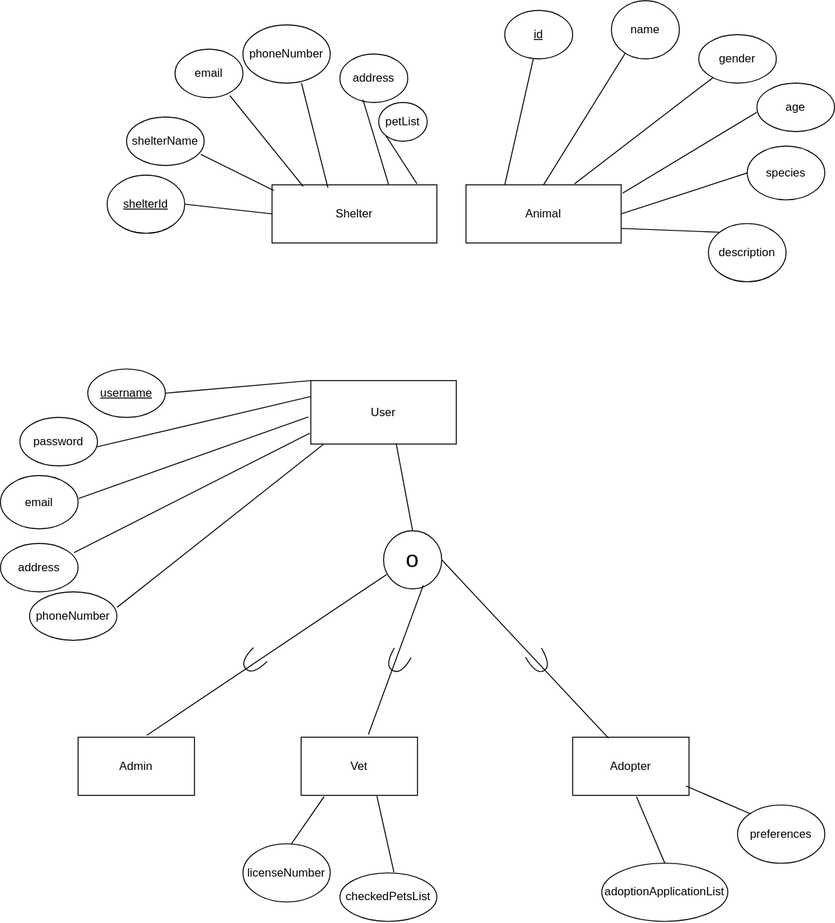
Before: ERdiagram.drawio.svg, a diagram exported from draw.io (Thomaskald/DistributedSystems). Source tidied: cells renumbered, new cells last; positions are measured from the earlier drawing's top-left corner, leaving out a move shared by most shapes.
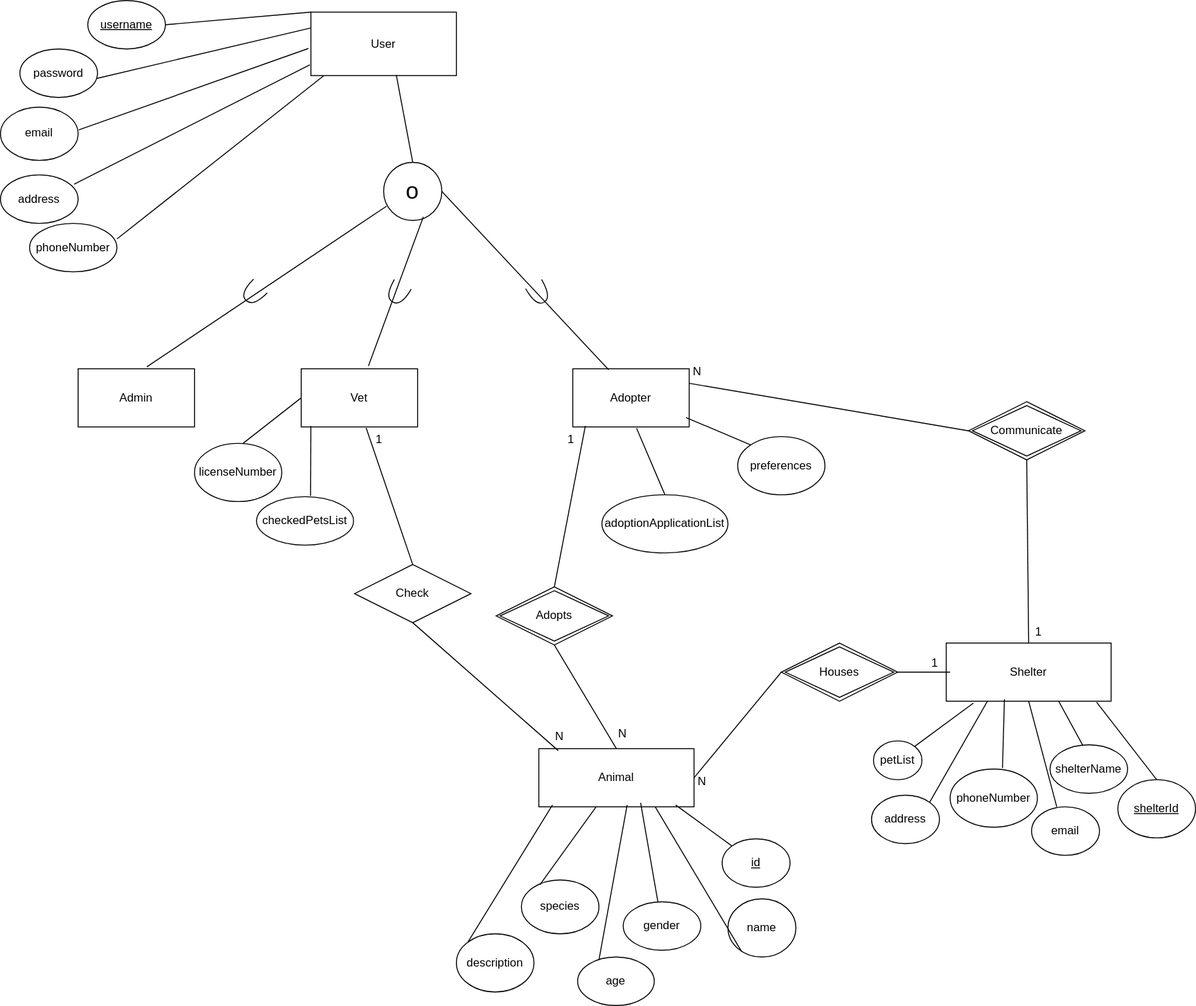
After the change.

Change to the diagram source:
```diff
@@ -3,52 +3,52 @@
     <mxCell id="0" />
     <mxCell id="1" parent="0" />
     <mxCell id="2" value="Shelter" style="rounded=0;whiteSpace=wrap;html=1;" parent="1" vertex="1">
-      <mxGeometry x="280" y="190" width="170" height="60" as="geometry" />
+      <mxGeometry x="975" y="1043" width="170" height="60" as="geometry" />
     </mxCell>
     <mxCell id="3" value="Animal" style="rounded=0;whiteSpace=wrap;html=1;" parent="1" vertex="1">
-      <mxGeometry x="480" y="190" width="160" height="60" as="geometry" />
+      <mxGeometry x="555" y="1152" width="160" height="60" as="geometry" />
     </mxCell>
     <mxCell id="4" value="&lt;u&gt;id&lt;/u&gt;" style="ellipse;whiteSpace=wrap;html=1;" parent="1" vertex="1">
-      <mxGeometry x="520" y="10" width="70" height="50" as="geometry" />
+      <mxGeometry x="744" y="1245" width="70" height="50" as="geometry" />
     </mxCell>
     <mxCell id="5" value="name" style="ellipse;whiteSpace=wrap;html=1;" parent="1" vertex="1">
-      <mxGeometry x="630" width="70" height="60" as="geometry" />
+      <mxGeometry x="750" y="1307" width="70" height="60" as="geometry" />
     </mxCell>
     <mxCell id="6" value="gender" style="ellipse;whiteSpace=wrap;html=1;" parent="1" vertex="1">
-      <mxGeometry x="720" y="35" width="80" height="50" as="geometry" />
+      <mxGeometry x="642" y="1310" width="80" height="50" as="geometry" />
     </mxCell>
     <mxCell id="7" value="age" style="ellipse;whiteSpace=wrap;html=1;" parent="1" vertex="1">
-      <mxGeometry x="780" y="85" width="80" height="50" as="geometry" />
+      <mxGeometry x="595" y="1367" width="79" height="50" as="geometry" />
     </mxCell>
     <mxCell id="8" value="species" style="ellipse;whiteSpace=wrap;html=1;" parent="1" vertex="1">
-      <mxGeometry x="770" y="150" width="80" height="55.5" as="geometry" />
+      <mxGeometry x="537" y="1287.5" width="80" height="55.5" as="geometry" />
     </mxCell>
     <mxCell id="9" value="description" style="ellipse;whiteSpace=wrap;html=1;" parent="1" vertex="1">
-      <mxGeometry x="730" y="230" width="80" height="60" as="geometry" />
+      <mxGeometry x="470" y="1343" width="80" height="60" as="geometry" />
     </mxCell>
-    <mxCell id="10" style="endArrow=none;html=1;rounded=0;exitX=0.25;exitY=0;exitDx=0;exitDy=0;" parent="1" edge="1" source="3" target="4">
+    <mxCell id="10" style="endArrow=none;html=1;rounded=0;exitX=0.881;exitY=0.967;exitDx=0;exitDy=0;exitPerimeter=0;" parent="1" edge="1" source="3" target="4">
       <mxGeometry relative="1" as="geometry" />
     </mxCell>
-    <mxCell id="11" style="endArrow=none;html=1;rounded=0;entryX=0.201;entryY=0.905;entryDx=0;entryDy=0;exitX=0.5;exitY=0;exitDx=0;exitDy=0;entryPerimeter=0;" parent="1" edge="1" source="3" target="5">
+    <mxCell id="11" style="endArrow=none;html=1;rounded=0;entryX=0.201;entryY=0.905;entryDx=0;entryDy=0;exitX=0.75;exitY=1;exitDx=0;exitDy=0;entryPerimeter=0;" parent="1" edge="1" source="3" target="5">
       <mxGeometry relative="1" as="geometry" />
     </mxCell>
     <mxCell id="12" value="shelterName" style="ellipse;whiteSpace=wrap;html=1;" parent="1" vertex="1">
-      <mxGeometry x="130" y="120" width="80" height="50" as="geometry" />
+      <mxGeometry x="1082" y="1148" width="80" height="50" as="geometry" />
     </mxCell>
     <mxCell id="13" value="&lt;u&gt;shelterId&lt;/u&gt;" style="ellipse;whiteSpace=wrap;html=1;" parent="1" vertex="1">
-      <mxGeometry x="110" y="180" width="80" height="60" as="geometry" />
+      <mxGeometry x="1152" y="1184" width="80" height="60" as="geometry" />
     </mxCell>
     <mxCell id="14" value="address" style="ellipse;whiteSpace=wrap;html=1;" parent="1" vertex="1">
-      <mxGeometry x="350" y="55" width="70" height="50" as="geometry" />
+      <mxGeometry x="898" y="1200" width="70" height="50" as="geometry" />
     </mxCell>
     <mxCell id="15" value="phoneNumber" style="ellipse;whiteSpace=wrap;html=1;" parent="1" vertex="1">
-      <mxGeometry x="250" y="25" width="90" height="60" as="geometry" />
+      <mxGeometry x="979" y="1173" width="90" height="60" as="geometry" />
     </mxCell>
     <mxCell id="16" value="email" style="ellipse;whiteSpace=wrap;html=1;" parent="1" vertex="1">
-      <mxGeometry x="180" y="50" width="70" height="50" as="geometry" />
+      <mxGeometry x="1063" y="1212" width="70" height="50" as="geometry" />
     </mxCell>
     <mxCell id="17" value="petList" style="ellipse;whiteSpace=wrap;html=1;" parent="1" vertex="1">
-      <mxGeometry x="390" y="105" width="50" height="40" as="geometry" />
+      <mxGeometry x="900" y="1144" width="50" height="40" as="geometry" />
     </mxCell>
     <mxCell id="18" value="User" style="rounded=0;whiteSpace=wrap;html=1;" parent="1" vertex="1">
       <mxGeometry x="320" y="392" width="150" height="65.5" as="geometry" />
@@ -75,10 +75,10 @@
       <mxGeometry x="310" y="760" width="120" height="60" as="geometry" />
     </mxCell>
     <mxCell id="26" value="licenseNumber" style="ellipse;whiteSpace=wrap;html=1;" parent="1" vertex="1">
-      <mxGeometry x="250" y="870" width="90" height="60" as="geometry" />
+      <mxGeometry x="200" y="837" width="90" height="60" as="geometry" />
     </mxCell>
     <mxCell id="27" value="checkedPetsList" style="ellipse;whiteSpace=wrap;html=1;" parent="1" vertex="1">
-      <mxGeometry x="350" y="900" width="100" height="50" as="geometry" />
+      <mxGeometry x="264" y="892" width="100" height="50" as="geometry" />
     </mxCell>
     <mxCell id="28" value="Adopter" style="rounded=0;whiteSpace=wrap;html=1;" parent="1" vertex="1">
       <mxGeometry x="590" y="760" width="120" height="60" as="geometry" />
@@ -89,34 +89,34 @@
     <mxCell id="30" value="adoptionApplicationList" style="ellipse;whiteSpace=wrap;html=1;" parent="1" vertex="1">
       <mxGeometry x="620" y="890" width="130" height="60" as="geometry" />
     </mxCell>
-    <mxCell id="31" style="endArrow=none;html=1;rounded=0;exitX=0.7;exitY=-0.018;exitDx=0;exitDy=0;exitPerimeter=0;" parent="1" edge="1" source="3" target="6">
+    <mxCell id="31" style="endArrow=none;html=1;rounded=0;exitX=0.656;exitY=0.933;exitDx=0;exitDy=0;exitPerimeter=0;" parent="1" edge="1" source="3" target="6">
       <mxGeometry relative="1" as="geometry" />
     </mxCell>
-    <mxCell id="32" style="endArrow=none;html=1;rounded=0;entryX=-0.002;entryY=0.603;entryDx=0;entryDy=0;exitX=1.01;exitY=0.143;exitDx=0;exitDy=0;entryPerimeter=0;exitPerimeter=0;" parent="1" edge="1" source="3" target="7">
+    <mxCell id="32" style="endArrow=none;html=1;rounded=0;entryX=0.278;entryY=0.06;entryDx=0;entryDy=0;exitX=0.569;exitY=0.967;exitDx=0;exitDy=0;entryPerimeter=0;exitPerimeter=0;" parent="1" edge="1" source="3" target="7">
       <mxGeometry relative="1" as="geometry" />
     </mxCell>
-    <mxCell id="33" style="endArrow=none;html=1;rounded=0;entryX=0;entryY=0.5;entryDx=0;entryDy=0;exitX=1;exitY=0.5;exitDx=0;exitDy=0;" parent="1" edge="1" source="3" target="8">
+    <mxCell id="33" style="endArrow=none;html=1;rounded=0;entryX=0.238;entryY=0.09;entryDx=0;entryDy=0;exitX=0.369;exitY=1;exitDx=0;exitDy=0;exitPerimeter=0;entryPerimeter=0;" parent="1" edge="1" source="3" target="8">
       <mxGeometry relative="1" as="geometry" />
     </mxCell>
-    <mxCell id="34" style="endArrow=none;html=1;rounded=0;entryX=0;entryY=0;entryDx=0;entryDy=0;exitX=1;exitY=0.75;exitDx=0;exitDy=0;" parent="1" edge="1" source="3" target="9">
+    <mxCell id="34" style="endArrow=none;html=1;rounded=0;entryX=0;entryY=0;entryDx=0;entryDy=0;exitX=0.088;exitY=0.967;exitDx=0;exitDy=0;exitPerimeter=0;" parent="1" edge="1" source="3" target="9">
       <mxGeometry relative="1" as="geometry" />
     </mxCell>
-    <mxCell id="35" style="endArrow=none;html=1;rounded=0;exitX=0;exitY=0.5;exitDx=0;exitDy=0;entryX=1;entryY=0.5;entryDx=0;entryDy=0;" parent="1" edge="1" source="2" target="13">
+    <mxCell id="35" style="endArrow=none;html=1;rounded=0;exitX=0.912;exitY=1.017;exitDx=0;exitDy=0;entryX=0.5;entryY=0;entryDx=0;entryDy=0;exitPerimeter=0;" parent="1" edge="1" source="2" target="13">
       <mxGeometry relative="1" as="geometry" />
     </mxCell>
-    <mxCell id="36" style="endArrow=none;html=1;rounded=0;exitX=0.011;exitY=0.097;exitDx=0;exitDy=0;entryX=0.956;entryY=0.772;entryDx=0;entryDy=0;exitPerimeter=0;entryPerimeter=0;" parent="1" edge="1" source="2" target="12">
+    <mxCell id="36" style="endArrow=none;html=1;rounded=0;exitX=0.682;exitY=1;exitDx=0;exitDy=0;entryX=0.425;entryY=0.02;entryDx=0;entryDy=0;exitPerimeter=0;entryPerimeter=0;" parent="1" edge="1" source="2" target="12">
       <mxGeometry relative="1" as="geometry" />
     </mxCell>
-    <mxCell id="37" style="endArrow=none;html=1;rounded=0;exitX=0.189;exitY=0.028;exitDx=0;exitDy=0;entryX=0.807;entryY=0.958;entryDx=0;entryDy=0;exitPerimeter=0;entryPerimeter=0;" parent="1" edge="1" source="2" target="16">
+    <mxCell id="37" style="endArrow=none;html=1;rounded=0;exitX=0.5;exitY=1;exitDx=0;exitDy=0;entryX=0.371;entryY=0;entryDx=0;entryDy=0;entryPerimeter=0;" parent="1" edge="1" source="2" target="16">
       <mxGeometry relative="1" as="geometry" />
     </mxCell>
-    <mxCell id="38" style="endArrow=none;html=1;rounded=0;exitX=0.67;exitY=0.997;exitDx=0;exitDy=0;entryX=0.339;entryY=0.051;entryDx=0;entryDy=0;exitPerimeter=0;entryPerimeter=0;" parent="1" edge="1" source="15" target="2">
+    <mxCell id="38" style="endArrow=none;html=1;rounded=0;exitX=0.6;exitY=-0.017;exitDx=0;exitDy=0;exitPerimeter=0;entryX=0.353;entryY=0.967;entryDx=0;entryDy=0;entryPerimeter=0;" parent="1" edge="1" source="15" target="2">
       <mxGeometry relative="1" as="geometry" />
     </mxCell>
-    <mxCell id="39" style="endArrow=none;html=1;rounded=0;exitX=0.339;exitY=0.941;exitDx=0;exitDy=0;entryX=0.707;entryY=-0.006;entryDx=0;entryDy=0;exitPerimeter=0;entryPerimeter=0;" parent="1" edge="1" source="14" target="2">
+    <mxCell id="39" style="endArrow=none;html=1;rounded=0;exitX=1;exitY=0;exitDx=0;exitDy=0;entryX=0.25;entryY=1;entryDx=0;entryDy=0;" parent="1" edge="1" source="14" target="2">
       <mxGeometry relative="1" as="geometry" />
     </mxCell>
-    <mxCell id="40" style="endArrow=none;html=1;rounded=0;exitX=0;exitY=1;exitDx=0;exitDy=0;entryX=0.879;entryY=-0.018;entryDx=0;entryDy=0;entryPerimeter=0;" parent="1" edge="1" source="17" target="2">
+    <mxCell id="40" style="endArrow=none;html=1;rounded=0;exitX=1;exitY=0;exitDx=0;exitDy=0;entryX=0.165;entryY=1.033;entryDx=0;entryDy=0;entryPerimeter=0;" parent="1" edge="1" source="17" target="2">
       <mxGeometry relative="1" as="geometry" />
     </mxCell>
     <mxCell id="41" style="endArrow=none;html=1;rounded=0;exitX=0;exitY=0;exitDx=0;exitDy=0;entryX=1;entryY=0.5;entryDx=0;entryDy=0;" parent="1" edge="1" source="18" target="19">
@@ -134,10 +134,10 @@
     <mxCell id="45" style="endArrow=none;html=1;rounded=0;exitX=0.089;exitY=1;exitDx=0;exitDy=0;entryX=1.002;entryY=0.32;entryDx=0;entryDy=0;entryPerimeter=0;exitPerimeter=0;" parent="1" edge="1" source="18" target="22">
       <mxGeometry relative="1" as="geometry" />
     </mxCell>
-    <mxCell id="46" style="endArrow=none;html=1;rounded=0;exitX=0.197;exitY=1.022;exitDx=0;exitDy=0;entryX=0.556;entryY=0;entryDx=0;entryDy=0;entryPerimeter=0;exitPerimeter=0;" parent="1" edge="1" source="25" target="26">
+    <mxCell id="46" style="endArrow=none;html=1;rounded=0;exitX=0;exitY=0.5;exitDx=0;exitDy=0;entryX=0.556;entryY=0;entryDx=0;entryDy=0;entryPerimeter=0;" parent="1" edge="1" source="25" target="26">
       <mxGeometry relative="1" as="geometry" />
     </mxCell>
-    <mxCell id="47" style="endArrow=none;html=1;rounded=0;exitX=0.651;exitY=1.011;exitDx=0;exitDy=0;entryX=0.557;entryY=-0.015;entryDx=0;entryDy=0;entryPerimeter=0;exitPerimeter=0;" parent="1" edge="1" source="25" target="27">
+    <mxCell id="47" style="endArrow=none;html=1;rounded=0;exitX=0.083;exitY=0.983;exitDx=0;exitDy=0;entryX=0.557;entryY=-0.015;entryDx=0;entryDy=0;entryPerimeter=0;exitPerimeter=0;" parent="1" edge="1" source="25" target="27">
       <mxGeometry relative="1" as="geometry" />
     </mxCell>
     <mxCell id="48" style="endArrow=none;html=1;rounded=0;exitX=0.5;exitY=0;exitDx=0;exitDy=0;entryX=0.548;entryY=1.022;entryDx=0;entryDy=0;entryPerimeter=0;" parent="1" edge="1" source="30" target="28">
@@ -170,5 +170,67 @@
     <mxCell id="57" style="shape=requiredInterface;html=1;verticalLabelPosition=bottom;sketch=0;rotation=60;" parent="1" vertex="1">
       <mxGeometry x="544.2" y="672.5" width="21.6" height="19" as="geometry" />
     </mxCell>
+    <mxCell id="58" value="Houses" style="shape=rhombus;double=1;perimeter=rhombusPerimeter;whiteSpace=wrap;html=1;align=center;" parent="1" vertex="1">
+      <mxGeometry x="805" y="1043" width="120" height="60" as="geometry" />
+    </mxCell>
+    <mxCell id="59" style="endArrow=none;html=1;rounded=0;entryX=1;entryY=0.5;entryDx=0;entryDy=0;" parent="1" edge="1" target="58">
+      <mxGeometry relative="1" as="geometry">
+        <mxPoint x="979" y="1073" as="sourcePoint" />
+      </mxGeometry>
+    </mxCell>
+    <mxCell id="60" style="endArrow=none;html=1;rounded=0;exitX=0;exitY=0.5;exitDx=0;exitDy=0;entryX=1;entryY=0.5;entryDx=0;entryDy=0;" parent="1" edge="1" source="58" target="3">
+      <mxGeometry relative="1" as="geometry" />
+    </mxCell>
+    <mxCell id="61" value="N" style="text;html=1;align=center;verticalAlign=middle;strokeColor=none;fillColor=none;" parent="1" vertex="1">
+      <mxGeometry x="710" y="1173" width="27" height="26" as="geometry" />
+    </mxCell>
+    <mxCell id="62" value="1" style="text;html=1;align=center;verticalAlign=middle;strokeColor=none;fillColor=none;" parent="1" vertex="1">
+      <mxGeometry x="950" y="1051" width="25" height="26" as="geometry" />
+    </mxCell>
+    <mxCell id="63" value="Adopts" style="shape=rhombus;double=1;perimeter=rhombusPerimeter;whiteSpace=wrap;html=1;align=center;" parent="1" vertex="1">
+      <mxGeometry x="511" y="985" width="120" height="60" as="geometry" />
+    </mxCell>
+    <mxCell id="64" style="endArrow=none;html=1;rounded=0;exitX=0.108;exitY=0.983;exitDx=0;exitDy=0;exitPerimeter=0;entryX=0.5;entryY=0;entryDx=0;entryDy=0;" parent="1" edge="1" source="28" target="63">
+      <mxGeometry relative="1" as="geometry" />
+    </mxCell>
+    <mxCell id="65" style="endArrow=none;html=1;rounded=0;entryX=0.5;entryY=0;entryDx=0;entryDy=0;exitX=0.5;exitY=1;exitDx=0;exitDy=0;" parent="1" edge="1" source="63" target="3">
+      <mxGeometry relative="1" as="geometry" />
+    </mxCell>
+    <mxCell id="66" value="N" style="text;html=1;align=center;verticalAlign=middle;strokeColor=none;fillColor=none;" parent="1" vertex="1">
+      <mxGeometry x="628" y="1124" width="27" height="26" as="geometry" />
+    </mxCell>
+    <mxCell id="67" value="1" style="text;html=1;align=center;verticalAlign=middle;strokeColor=none;fillColor=none;" parent="1" vertex="1">
+      <mxGeometry x="576" y="820" width="25" height="26" as="geometry" />
+    </mxCell>
+    <mxCell id="68" value="Check" style="shape=rhombus;perimeter=rhombusPerimeter;whiteSpace=wrap;html=1;align=center;" parent="1" vertex="1">
+      <mxGeometry x="365" y="962" width="120" height="60" as="geometry" />
+    </mxCell>
+    <mxCell id="69" style="endArrow=none;html=1;rounded=0;exitX=0.558;exitY=1.017;exitDx=0;exitDy=0;exitPerimeter=0;entryX=0.5;entryY=0;entryDx=0;entryDy=0;" parent="1" edge="1" source="25" target="68">
+      <mxGeometry relative="1" as="geometry" />
+    </mxCell>
+    <mxCell id="70" style="endArrow=none;html=1;rounded=0;exitX=0.5;exitY=1;exitDx=0;exitDy=0;entryX=0.125;entryY=0.033;entryDx=0;entryDy=0;entryPerimeter=0;" parent="1" edge="1" source="68" target="3">
+      <mxGeometry relative="1" as="geometry" />
+    </mxCell>
+    <mxCell id="71" value="N" style="text;html=1;align=center;verticalAlign=middle;strokeColor=none;fillColor=none;" parent="1" vertex="1">
+      <mxGeometry x="563" y="1127" width="27" height="26" as="geometry" />
+    </mxCell>
+    <mxCell id="72" value="1" style="text;html=1;align=center;verticalAlign=middle;strokeColor=none;fillColor=none;" parent="1" vertex="1">
+      <mxGeometry x="377.5" y="820" width="25" height="26" as="geometry" />
+    </mxCell>
+    <mxCell id="73" value="Communicate" style="shape=rhombus;double=1;perimeter=rhombusPerimeter;whiteSpace=wrap;html=1;align=center;" parent="1" vertex="1">
+      <mxGeometry x="998" y="794" width="120" height="60" as="geometry" />
+    </mxCell>
+    <mxCell id="74" style="endArrow=none;html=1;rounded=0;exitX=1;exitY=0.25;exitDx=0;exitDy=0;entryX=0;entryY=0.5;entryDx=0;entryDy=0;entryPerimeter=0;" parent="1" edge="1" source="28" target="73">
+      <mxGeometry relative="1" as="geometry" />
+    </mxCell>
+    <mxCell id="75" style="endArrow=none;html=1;rounded=0;exitX=0.5;exitY=1;exitDx=0;exitDy=0;entryX=0.5;entryY=0;entryDx=0;entryDy=0;" parent="1" edge="1" source="73" target="2">
+      <mxGeometry relative="1" as="geometry" />
+    </mxCell>
+    <mxCell id="76" value="1" style="text;html=1;align=center;verticalAlign=middle;strokeColor=none;fillColor=none;" parent="1" vertex="1">
+      <mxGeometry x="1057" y="1019" width="25" height="26" as="geometry" />
+    </mxCell>
+    <mxCell id="77" value="N" style="text;html=1;align=center;verticalAlign=middle;strokeColor=none;fillColor=none;" parent="1" vertex="1">
+      <mxGeometry x="704" y="750" width="27" height="26" as="geometry" />
+    </mxCell>
   </root>
 </mxGraphModel>
```
